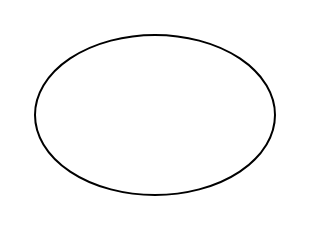
Before: Untitled Diagram.drawio in Dymekk208j/Diagrams, a draw.io diagram. Source tidied: cells renumbered, new cells numbered last; positions are measured from the earlier drawing's top-left corner, leaving out a move shared by most shapes. Both pictures are drawn from the tidied source at 200%, with x=0, y=0 at pixel (34, 34).
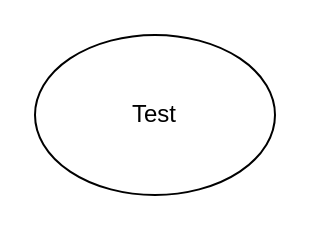
The same page after the edit.

Change to the diagram source:
```diff
@@
 <mxGraphModel>
   <root>
     <mxCell id="0" />
     <mxCell id="1" parent="0" />
-    <mxCell id="2" style="ellipse;whiteSpace=wrap;html=1;" parent="1" vertex="1">
+    <mxCell id="2" value="Test" style="ellipse;whiteSpace=wrap;html=1;" parent="1" vertex="1">
       <mxGeometry width="120" height="80" as="geometry" />
     </mxCell>
   </root>
 </mxGraphModel>
```
